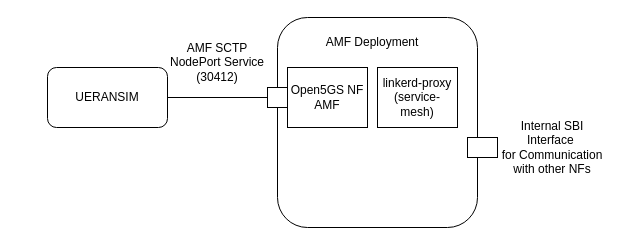
This is android/Kubernetes Architechture.drawio from jidhub/android-ocr-builds-on-2025, a draw.io file, before an edit. Source tidied: cells renumbered, new cells numbered last; positions are measured from the earlier drawing's top-left corner, leaving out a move shared by most shapes. Both pictures are drawn from the tidied source at 100%, with x=0, y=0 at pixel (47, 17).
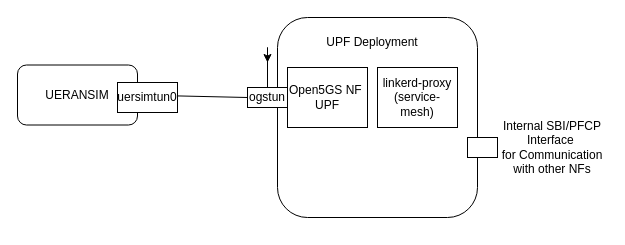
The same page after the edit.

Change to the diagram source:
```diff
@@
 <mxGraphModel>
   <root>
     <mxCell id="0" />
     <mxCell id="1" parent="0" />
     <mxCell id="2" style="rounded=1;whiteSpace=wrap;html=1;" parent="1" vertex="1">
-      <mxGeometry x="230" width="200" height="210" as="geometry" />
+      <mxGeometry x="230" width="200" height="200" as="geometry" />
     </mxCell>
-    <mxCell id="3" value="AMF Deployment" style="text;html=1;strokeColor=none;fillColor=none;align=center;verticalAlign=middle;whiteSpace=wrap;rounded=0;" parent="1" vertex="1">
+    <mxCell id="3" value="UPF Deployment" style="text;html=1;strokeColor=none;fillColor=none;align=center;verticalAlign=middle;whiteSpace=wrap;rounded=0;" parent="1" vertex="1">
       <mxGeometry x="260" y="10" width="130" height="30" as="geometry" />
     </mxCell>
+    <mxCell id="12" style="edgeStyle=orthogonalEdgeStyle;rounded=0;jettySize=auto;html=1;" parent="1" edge="1" source="4">
+      <mxGeometry relative="1" as="geometry">
+        <mxPoint x="220" y="45" as="targetPoint" />
+      </mxGeometry>
+    </mxCell>
-    <mxCell id="4" value="Open5GS NF AMF" style="rounded=0;whiteSpace=wrap;html=1;" parent="1" vertex="1">
+    <mxCell id="4" value="Open5GS NF&amp;nbsp; UPF" style="rounded=0;whiteSpace=wrap;html=1;" parent="1" vertex="1">
       <mxGeometry x="240" y="50" width="80" height="60" as="geometry" />
     </mxCell>
     <mxCell id="5" value="linkerd-proxy&lt;br&gt;(service-mesh)" style="rounded=0;whiteSpace=wrap;html=1;" parent="1" vertex="1">
       <mxGeometry x="330" y="50" width="80" height="60" as="geometry" />
     </mxCell>
-    <mxCell id="6" style="rounded=0;whiteSpace=wrap;html=1;" parent="1" vertex="1">
-      <mxGeometry x="220" y="70" width="20" height="20" as="geometry" />
+    <mxCell id="6" value="ogstun" style="rounded=0;whiteSpace=wrap;html=1;" parent="1" vertex="1">
+      <mxGeometry x="200" y="70" width="40" height="20" as="geometry" />
     </mxCell>
-    <mxCell id="7" value="AMF SCTP NodePort Service&lt;br&gt;(30412)" style="text;html=1;strokeColor=none;fillColor=none;align=center;verticalAlign=middle;whiteSpace=wrap;rounded=0;" parent="1" vertex="1">
-      <mxGeometry x="120" y="20" width="100" height="50" as="geometry" />
-    </mxCell>
     <mxCell id="8" style="rounded=0;whiteSpace=wrap;html=1;" parent="1" vertex="1">
       <mxGeometry x="420" y="120" width="30" height="20" as="geometry" />
     </mxCell>
-    <mxCell id="9" value="Internal SBI Interface&amp;nbsp;&lt;br&gt;for Communication with other NFs" style="text;html=1;strokeColor=none;fillColor=none;align=center;verticalAlign=middle;whiteSpace=wrap;rounded=0;" parent="1" vertex="1">
+    <mxCell id="9" value="Internal SBI/PFCP Interface&amp;nbsp;&lt;br&gt;for Communication with other NFs" style="text;html=1;strokeColor=none;fillColor=none;align=center;verticalAlign=middle;whiteSpace=wrap;rounded=0;" parent="1" vertex="1">
       <mxGeometry x="450" y="107.5" width="110" height="45" as="geometry" />
     </mxCell>
     <mxCell id="10" value="UERANSIM" style="rounded=1;whiteSpace=wrap;html=1;" parent="1" vertex="1">
-      <mxGeometry y="50" width="120" height="60" as="geometry" />
+      <mxGeometry x="-30" y="47.5" width="120" height="60" as="geometry" />
     </mxCell>
     <mxCell id="11" style="endArrow=none;html=1;rounded=0;exitX=1;exitY=0.5;exitDx=0;exitDy=0;" parent="1" edge="1" source="10">
       <mxGeometry relative="1" as="geometry">
-        <mxPoint x="220" y="80" as="targetPoint" />
+        <mxPoint x="200" y="80" as="targetPoint" />
       </mxGeometry>
     </mxCell>
+    <mxCell id="13" value="uersimtun0" style="rounded=0;whiteSpace=wrap;html=1;" parent="1" vertex="1">
+      <mxGeometry x="70" y="65" width="60" height="30" as="geometry" />
+    </mxCell>
   </root>
 </mxGraphModel>
```
